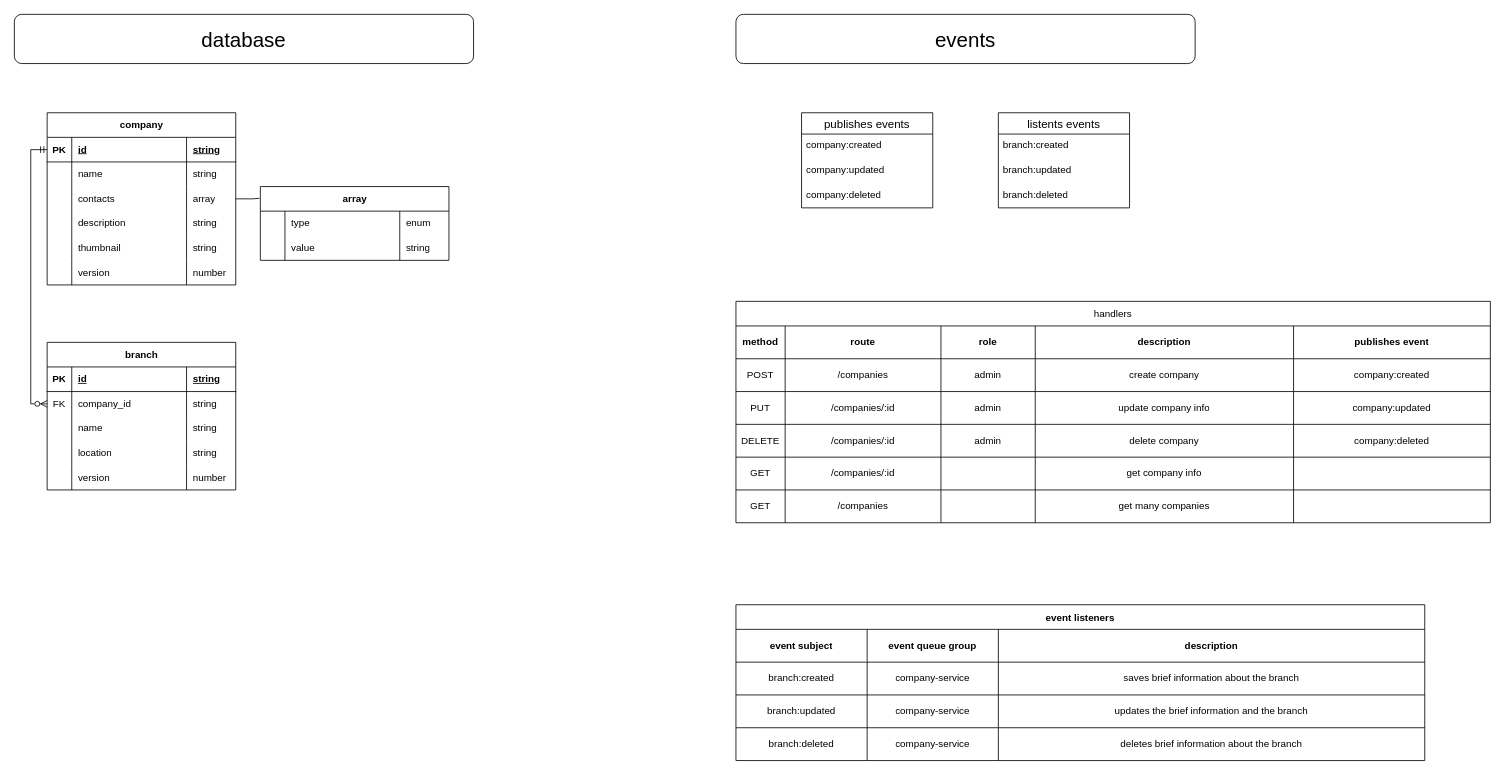
Before: page "company" (6 of 11) of app.drawio in ernurQ/eat-web-diagrams, a draw.io diagram. Source tidied: cells renumbered, new cells numbered last; positions are measured from the earlier drawing's top-left corner, leaving out a move shared by most shapes. Both pictures are drawn from the tidied source at 82%, with x=0, y=0 at pixel (14, 14).
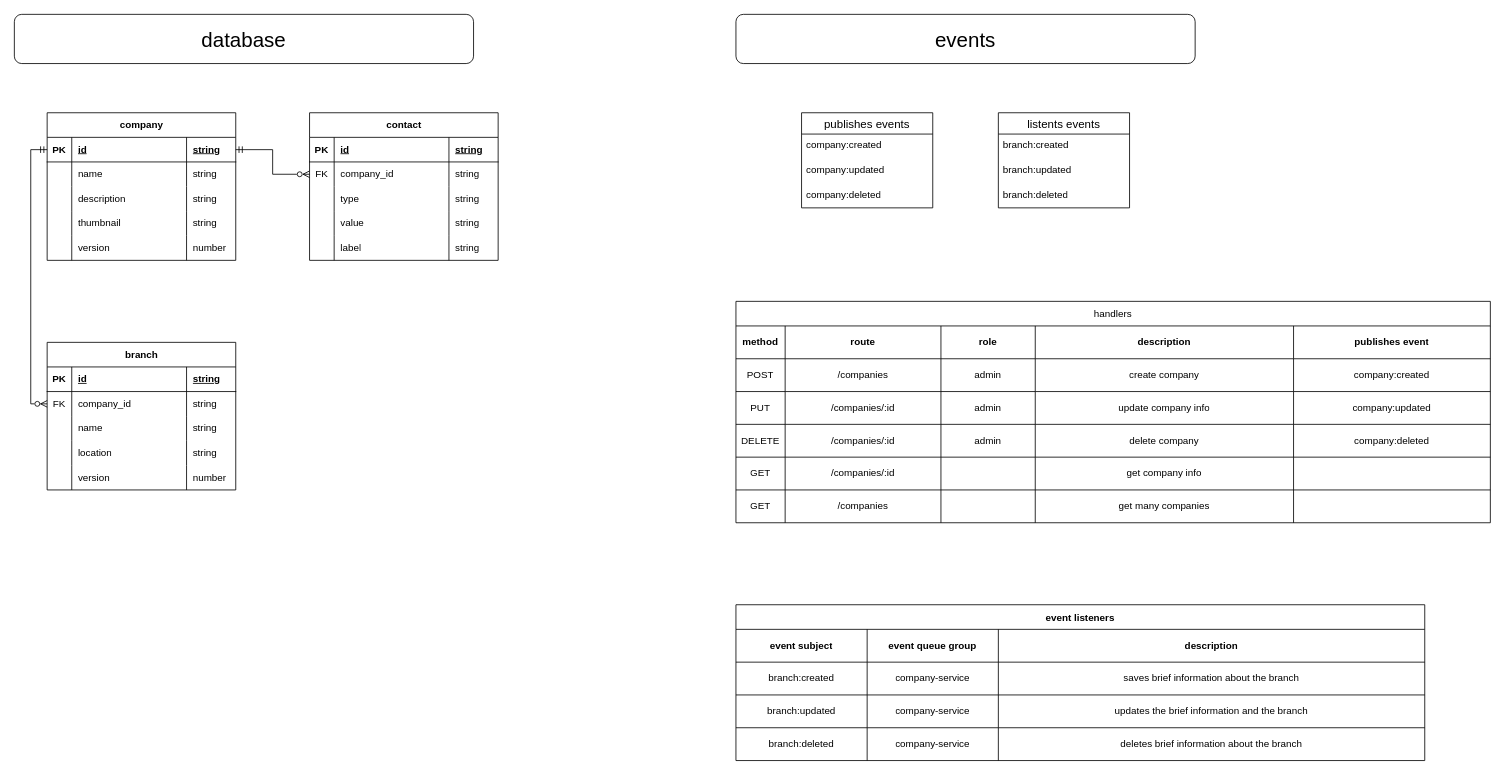
The same page after the edit.

Commit message (it also covers changes not shown here):
update company, branch contacts

The change refers to these unchanged cells:
```xml
<mxCell id="3" style="shape=tableRow;horizontal=0;startSize=0;swimlaneHead=0;swimlaneBody=0;fillColor=none;points=[[0,0.5],[1,0.5]];portConstraint=eastwest;top=0;left=0;right=0;bottom=1;" parent="2" vertex="1">
  <mxGeometry y="30" width="230" height="30" as="geometry" />
</mxCell>
```

What changed in the source:
```diff
@@
     <mxCell id="2" value="company" style="shape=table;startSize=30;childLayout=tableLayout;rowLines=0;fontStyle=1;align=center;html=1;" parent="1" vertex="1">
-      <mxGeometry x="40" y="120" width="230" height="210" as="geometry" />
+      <mxGeometry x="40" y="120" width="230" height="180" as="geometry" />
     </mxCell>
@@
-    <mxCell id="11" style="shape=tableRow;horizontal=0;startSize=0;swimlaneHead=0;swimlaneBody=0;fillColor=none;points=[[0,0.5],[1,0.5]];portConstraint=eastwest;top=0;left=0;right=0;bottom=0;" parent="2" vertex="1">
-      <mxGeometry y="90" width="230" height="30" as="geometry" />
-    </mxCell>
-    <mxCell id="12" style="shape=partialRectangle;fillColor=none;top=0;left=0;bottom=0;right=0;overflow=hidden;whiteSpace=wrap;html=1;" parent="11" vertex="1">
-      <mxGeometry width="30" height="30" as="geometry" />
-    </mxCell>
-    <mxCell id="13" value="contacts" style="shape=partialRectangle;fillColor=none;top=0;left=0;bottom=0;right=0;align=left;spacingLeft=6;overflow=hidden;whiteSpace=wrap;html=1;" parent="11" vertex="1">
-      <mxGeometry x="30" width="140" height="30" as="geometry" />
-    </mxCell>
-    <mxCell id="14" value="array" style="shape=partialRectangle;fillColor=none;top=0;left=0;bottom=0;right=0;align=left;spacingLeft=6;overflow=hidden;whiteSpace=wrap;html=1;" parent="11" vertex="1">
-      <mxGeometry x="170" width="60" height="30" as="geometry" />
-    </mxCell>
     <mxCell id="15" style="shape=tableRow;horizontal=0;startSize=0;swimlaneHead=0;swimlaneBody=0;fillColor=none;top=0;left=0;right=0;bottom=0;" parent="2" vertex="1">
-      <mxGeometry y="120" width="230" height="30" as="geometry" />
+      <mxGeometry y="90" width="230" height="30" as="geometry" />
     </mxCell>
@@
     <mxCell id="19" style="shape=tableRow;horizontal=0;startSize=0;swimlaneHead=0;swimlaneBody=0;fillColor=none;top=0;left=0;right=0;bottom=0;" parent="2" vertex="1">
-      <mxGeometry y="150" width="230" height="30" as="geometry" />
+      <mxGeometry y="120" width="230" height="30" as="geometry" />
     </mxCell>
@@
     <mxCell id="23" style="shape=tableRow;horizontal=0;startSize=0;swimlaneHead=0;swimlaneBody=0;fillColor=none;top=0;left=0;right=0;bottom=0;" parent="2" vertex="1">
-      <mxGeometry y="180" width="230" height="30" as="geometry" />
+      <mxGeometry y="150" width="230" height="30" as="geometry" />
     </mxCell>
@@
-    <mxCell id="27" value="array" style="shape=table;startSize=30;childLayout=tableLayout;rowLines=0;fontStyle=1;align=center;html=1;" parent="1" vertex="1">
-      <mxGeometry x="300" y="210" width="230" height="90" as="geometry" />
-    </mxCell>
-    <mxCell id="28" style="shape=tableRow;horizontal=0;startSize=0;swimlaneHead=0;swimlaneBody=0;fillColor=none;top=0;left=0;right=0;bottom=0;" parent="27" vertex="1">
-      <mxGeometry y="30" width="230" height="30" as="geometry" />
-    </mxCell>
-    <mxCell id="29" style="shape=partialRectangle;fillColor=none;top=0;left=0;bottom=0;right=0;overflow=hidden;whiteSpace=wrap;html=1;" parent="28" vertex="1">
-      <mxGeometry width="30" height="30" as="geometry" />
-    </mxCell>
-    <mxCell id="30" value="type" style="shape=partialRectangle;fillColor=none;top=0;left=0;bottom=0;right=0;align=left;spacingLeft=6;overflow=hidden;whiteSpace=wrap;html=1;" parent="28" vertex="1">
-      <mxGeometry x="30" width="140" height="30" as="geometry" />
-    </mxCell>
-    <mxCell id="31" value="enum" style="shape=partialRectangle;fillColor=none;top=0;left=0;bottom=0;right=0;align=left;spacingLeft=6;overflow=hidden;whiteSpace=wrap;html=1;" parent="28" vertex="1">
-      <mxGeometry x="170" width="60" height="30" as="geometry" />
-    </mxCell>
-    <mxCell id="32" style="shape=tableRow;horizontal=0;startSize=0;swimlaneHead=0;swimlaneBody=0;fillColor=none;points=[[0,0.5],[1,0.5]];portConstraint=eastwest;top=0;left=0;right=0;bottom=0;" parent="27" vertex="1">
-      <mxGeometry y="60" width="230" height="30" as="geometry" />
-    </mxCell>
-    <mxCell id="33" style="shape=partialRectangle;fillColor=none;top=0;left=0;bottom=0;right=0;overflow=hidden;whiteSpace=wrap;html=1;" parent="32" vertex="1">
-      <mxGeometry width="30" height="30" as="geometry" />
-    </mxCell>
-    <mxCell id="34" value="value" style="shape=partialRectangle;fillColor=none;top=0;left=0;bottom=0;right=0;align=left;spacingLeft=6;overflow=hidden;whiteSpace=wrap;html=1;" parent="32" vertex="1">
-      <mxGeometry x="30" width="140" height="30" as="geometry" />
-    </mxCell>
-    <mxCell id="35" value="string" style="shape=partialRectangle;fillColor=none;top=0;left=0;bottom=0;right=0;align=left;spacingLeft=6;overflow=hidden;whiteSpace=wrap;html=1;" parent="32" vertex="1">
-      <mxGeometry x="170" width="60" height="30" as="geometry" />
-    </mxCell>
-    <mxCell id="36" style="edgeStyle=orthogonalEdgeStyle;rounded=0;jettySize=auto;html=1;entryX=-0.005;entryY=0.16;entryDx=0;entryDy=0;entryPerimeter=0;endArrow=none;startFill=0;" parent="1" edge="1" source="11" target="27">
-      <mxGeometry relative="1" as="geometry" />
-    </mxCell>
@@
+    <mxCell id="123" value="contact" style="shape=table;startSize=30;childLayout=tableLayout;rowLines=0;fontStyle=1;align=center;html=1;" parent="1" vertex="1">
+      <mxGeometry x="360" y="120" width="230" height="180" as="geometry" />
+    </mxCell>
+    <mxCell id="124" style="shape=tableRow;horizontal=0;startSize=0;swimlaneHead=0;swimlaneBody=0;fillColor=none;top=0;left=0;right=0;bottom=1;" parent="123" vertex="1">
+      <mxGeometry y="30" width="230" height="30" as="geometry" />
+    </mxCell>
+    <mxCell id="125" value="PK" style="shape=partialRectangle;fillColor=none;top=0;left=0;bottom=0;right=0;fontStyle=1;overflow=hidden;whiteSpace=wrap;html=1;" parent="124" vertex="1">
+      <mxGeometry width="30" height="30" as="geometry" />
+    </mxCell>
+    <mxCell id="126" value="id" style="shape=partialRectangle;fillColor=none;top=0;left=0;bottom=0;right=0;align=left;spacingLeft=6;fontStyle=5;overflow=hidden;whiteSpace=wrap;html=1;" parent="124" vertex="1">
+      <mxGeometry x="30" width="140" height="30" as="geometry" />
+    </mxCell>
+    <mxCell id="127" value="string" style="shape=partialRectangle;fillColor=none;top=0;left=0;bottom=0;right=0;align=left;spacingLeft=6;fontStyle=5;overflow=hidden;whiteSpace=wrap;html=1;" parent="124" vertex="1">
+      <mxGeometry x="170" width="60" height="30" as="geometry" />
+    </mxCell>
+    <mxCell id="32" style="shape=tableRow;horizontal=0;startSize=0;swimlaneHead=0;swimlaneBody=0;fillColor=none;points=[[0,0.5],[1,0.5]];portConstraint=eastwest;top=0;left=0;right=0;bottom=0;" parent="123" vertex="1">
+      <mxGeometry y="60" width="230" height="30" as="geometry" />
+    </mxCell>
+    <mxCell id="128" value="FK" style="shape=partialRectangle;fillColor=none;top=0;left=0;bottom=0;right=0;overflow=hidden;whiteSpace=wrap;html=1;" parent="32" vertex="1">
+      <mxGeometry width="30" height="30" as="geometry" />
+    </mxCell>
+    <mxCell id="129" value="company_id" style="shape=partialRectangle;fillColor=none;top=0;left=0;bottom=0;right=0;align=left;spacingLeft=6;overflow=hidden;whiteSpace=wrap;html=1;" parent="32" vertex="1">
+      <mxGeometry x="30" width="140" height="30" as="geometry" />
+    </mxCell>
+    <mxCell id="130" value="string" style="shape=partialRectangle;fillColor=none;top=0;left=0;bottom=0;right=0;align=left;spacingLeft=6;overflow=hidden;whiteSpace=wrap;html=1;" parent="32" vertex="1">
+      <mxGeometry x="170" width="60" height="30" as="geometry" />
+    </mxCell>
+    <mxCell id="11" style="shape=tableRow;horizontal=0;startSize=0;swimlaneHead=0;swimlaneBody=0;fillColor=none;points=[[0,0.5],[1,0.5]];portConstraint=eastwest;top=0;left=0;right=0;bottom=0;" parent="123" vertex="1">
+      <mxGeometry y="90" width="230" height="30" as="geometry" />
+    </mxCell>
+    <mxCell id="131" style="shape=partialRectangle;fillColor=none;top=0;left=0;bottom=0;right=0;overflow=hidden;whiteSpace=wrap;html=1;" parent="11" vertex="1">
+      <mxGeometry width="30" height="30" as="geometry" />
+    </mxCell>
+    <mxCell id="30" value="type" style="shape=partialRectangle;fillColor=none;top=0;left=0;bottom=0;right=0;align=left;spacingLeft=6;overflow=hidden;whiteSpace=wrap;html=1;" parent="11" vertex="1">
+      <mxGeometry x="30" width="140" height="30" as="geometry" />
+    </mxCell>
+    <mxCell id="132" value="string" style="shape=partialRectangle;fillColor=none;top=0;left=0;bottom=0;right=0;align=left;spacingLeft=6;overflow=hidden;whiteSpace=wrap;html=1;" parent="11" vertex="1">
+      <mxGeometry x="170" width="60" height="30" as="geometry" />
+    </mxCell>
+    <mxCell id="133" style="shape=tableRow;horizontal=0;startSize=0;swimlaneHead=0;swimlaneBody=0;fillColor=none;top=0;left=0;right=0;bottom=0;" parent="123" vertex="1">
+      <mxGeometry y="120" width="230" height="30" as="geometry" />
+    </mxCell>
+    <mxCell id="134" style="shape=partialRectangle;fillColor=none;top=0;left=0;bottom=0;right=0;overflow=hidden;whiteSpace=wrap;html=1;" parent="133" vertex="1">
+      <mxGeometry width="30" height="30" as="geometry" />
+    </mxCell>
+    <mxCell id="34" value="value" style="shape=partialRectangle;fillColor=none;top=0;left=0;bottom=0;right=0;align=left;spacingLeft=6;overflow=hidden;whiteSpace=wrap;html=1;" parent="133" vertex="1">
+      <mxGeometry x="30" width="140" height="30" as="geometry" />
+    </mxCell>
+    <mxCell id="135" value="string" style="shape=partialRectangle;fillColor=none;top=0;left=0;bottom=0;right=0;align=left;spacingLeft=6;overflow=hidden;whiteSpace=wrap;html=1;" parent="133" vertex="1">
+      <mxGeometry x="170" width="60" height="30" as="geometry" />
+    </mxCell>
+    <mxCell id="136" style="shape=tableRow;horizontal=0;startSize=0;swimlaneHead=0;swimlaneBody=0;fillColor=none;top=0;left=0;right=0;bottom=0;" parent="123" vertex="1">
+      <mxGeometry y="150" width="230" height="30" as="geometry" />
+    </mxCell>
+    <mxCell id="137" style="shape=partialRectangle;fillColor=none;top=0;left=0;bottom=0;right=0;overflow=hidden;whiteSpace=wrap;html=1;" parent="136" vertex="1">
+      <mxGeometry width="30" height="30" as="geometry" />
+    </mxCell>
+    <mxCell id="138" value="label" style="shape=partialRectangle;fillColor=none;top=0;left=0;bottom=0;right=0;align=left;spacingLeft=6;overflow=hidden;whiteSpace=wrap;html=1;" parent="136" vertex="1">
+      <mxGeometry x="30" width="140" height="30" as="geometry" />
+    </mxCell>
+    <mxCell id="139" value="string" style="shape=partialRectangle;fillColor=none;top=0;left=0;bottom=0;right=0;align=left;spacingLeft=6;overflow=hidden;whiteSpace=wrap;html=1;" parent="136" vertex="1">
+      <mxGeometry x="170" width="60" height="30" as="geometry" />
+    </mxCell>
+    <mxCell id="140" style="edgeStyle=orthogonalEdgeStyle;rounded=0;jettySize=auto;html=1;endArrow=ERmandOne;endFill=0;startArrow=ERzeroToMany;startFill=0;" parent="1" edge="1" source="32" target="3">
+      <mxGeometry relative="1" as="geometry" />
+    </mxCell>
```
